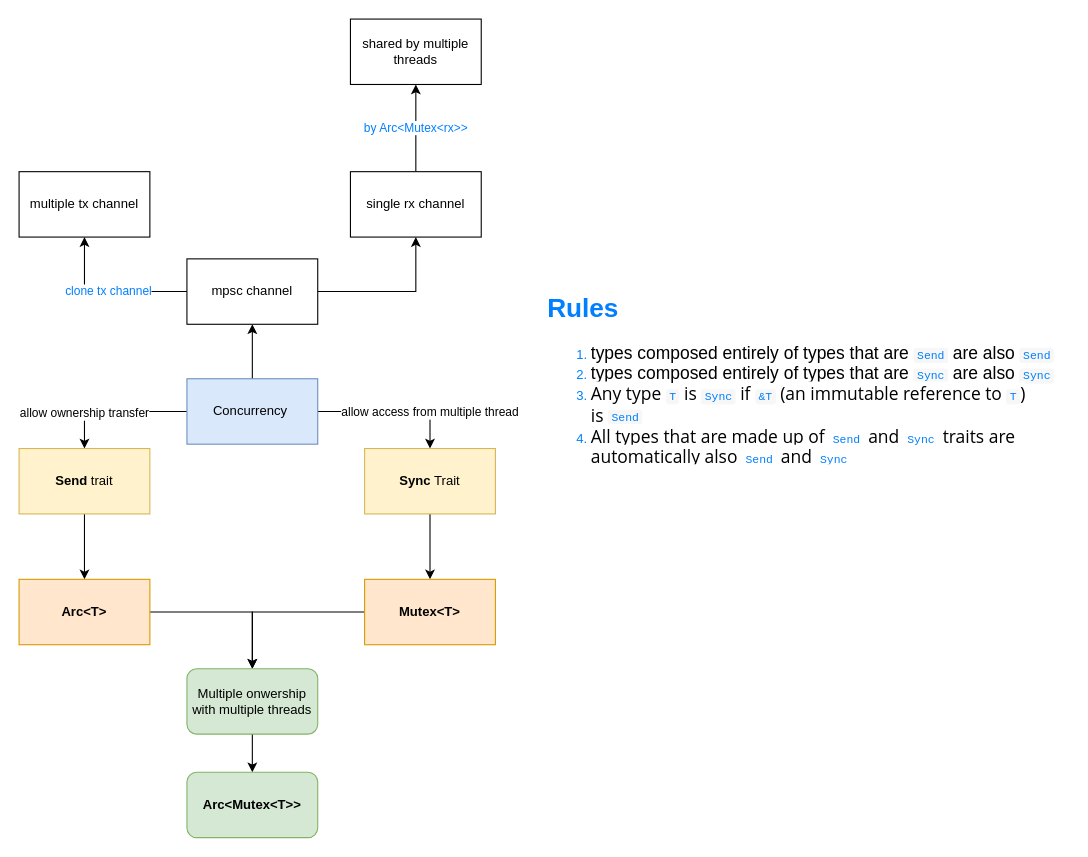
gftea/rust_lang_notes keeps this draw.io diagram as page "Threads" (6 of 7) of advanced.drawio. Above is the earlier version. Source tidied: cells renumbered, new cells numbered last; positions are measured from the earlier drawing's top-left corner, leaving out a move shared by most shapes. Both pictures are drawn from the tidied source at 109%, with x=0, y=0 at pixel (19, 19).
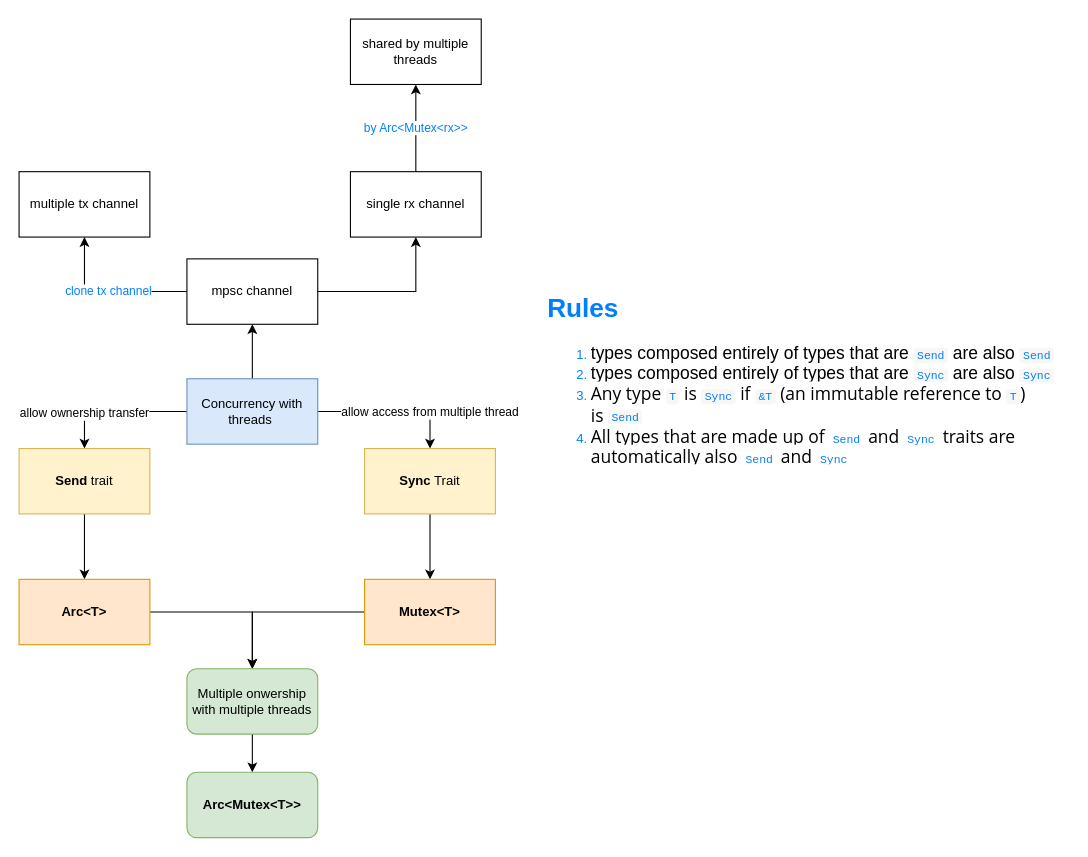
Above is the later version.

Diff of the diagram source:
```diff
@@
-    <mxCell id="5" value="Concurrency&amp;nbsp;" style="rounded=0;whiteSpace=wrap;html=1;fillColor=#dae8fc;strokeColor=#6c8ebf;" parent="1" vertex="1">
+    <mxCell id="5" value="Concurrency with threads&amp;nbsp;" style="rounded=0;whiteSpace=wrap;html=1;fillColor=#dae8fc;strokeColor=#6c8ebf;" parent="1" vertex="1">
       <mxGeometry x="154" y="330" width="120" height="60" as="geometry" />
     </mxCell>
```
